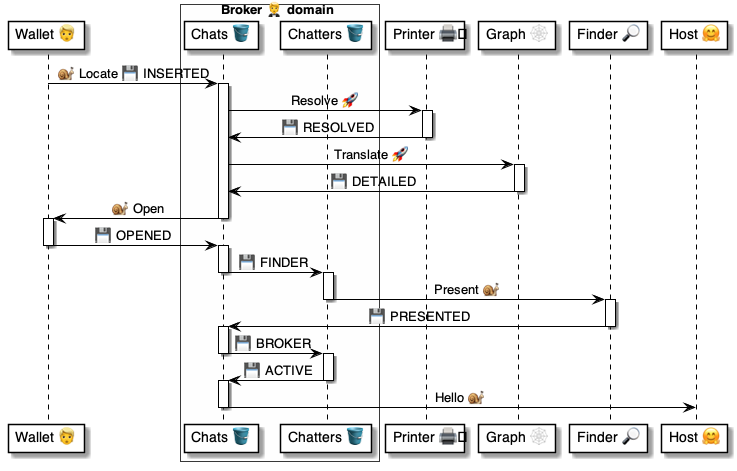
Before: 4 ⚙️ Solution/20 🧑‍🦰 UI/Brokers 🤵/🤵🪣 Broker tables/Chats 💬 table/🪣🧱 10 Open ⏩ Flow/🤵 Broker.Chats.Open ⚙️ uml.png, a diagram exported from PlantUML (pollyweb-org/pollyweb-docs). Its source is kept beside it as 4 ⚙️ Solution/20 🧑‍🦰 UI/Brokers 🤵/🤵🪣 Broker tables/Chats 💬 table/🪣🧱 10 Open ⏩ Flow/🤵 Broker.Chats.Open ⚙️ uml.puml.
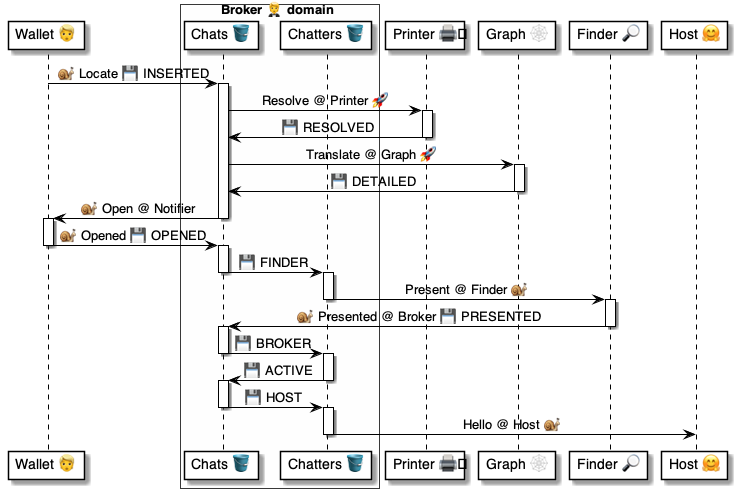
After the commit.

Change to the diagram source:
```diff
@@ -14,21 +14,21 @@
 
 activate chats
 
-    chats -> printer: Resolve 🚀
+    chats -> printer: Resolve @ Printer 🚀
     activate printer
         printer -> chats: 💾 RESOLVED
     deactivate printer
 
-    chats -> graph: Translate 🚀
+    chats -> graph: Translate @ Graph 🚀
     activate graph
         graph -> chats: 💾 DETAILED
     deactivate graph
 
-    chats -> wallet: 🐌 Open
+    chats -> wallet: 🐌 Open @ Notifier
 deactivate chats
 
 activate wallet
-    wallet -> chats: 💾 OPENED
+    wallet -> chats: 🐌 Opened 💾 OPENED
 deactivate wallet
 
 activate chats
@@ -36,11 +36,11 @@
 deactivate chats
 
 activate chatters
-    chatters -> finder: Present 🐌
+    chatters -> finder: Present @ Finder 🐌
 deactivate chatters
 
 activate finder
-    finder -> chats: 💾 PRESENTED
+    finder -> chats: 🐌 Presented @ Broker 💾 PRESENTED
 deactivate finder
 
 activate chats
@@ -52,7 +52,11 @@
 deactivate chatters
 
 activate chats
-    chats -> host: Hello 🐌
+    chats -> chatters: 💾 HOST
 deactivate chats
 
+activate chatters
+    chatters -> host: Hello @ Host 🐌
+deactivate chatters
+
 @enduml
```
